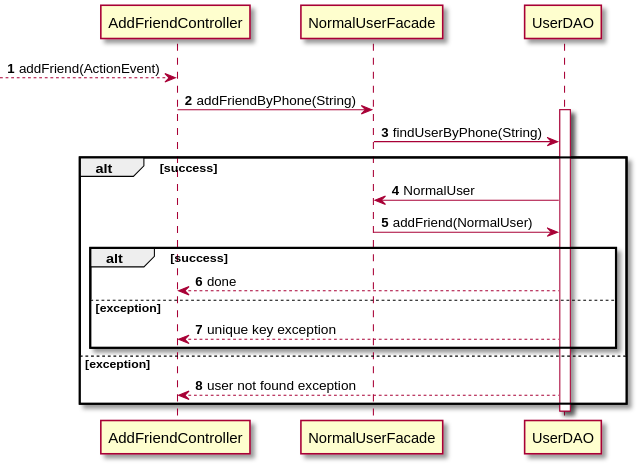
This is documentation/software_design/manage_friends/add_friend_sequence_diagram.svg from Julien-Wiegandt/SplitPay, a PlantUML export, as it was before one commit.
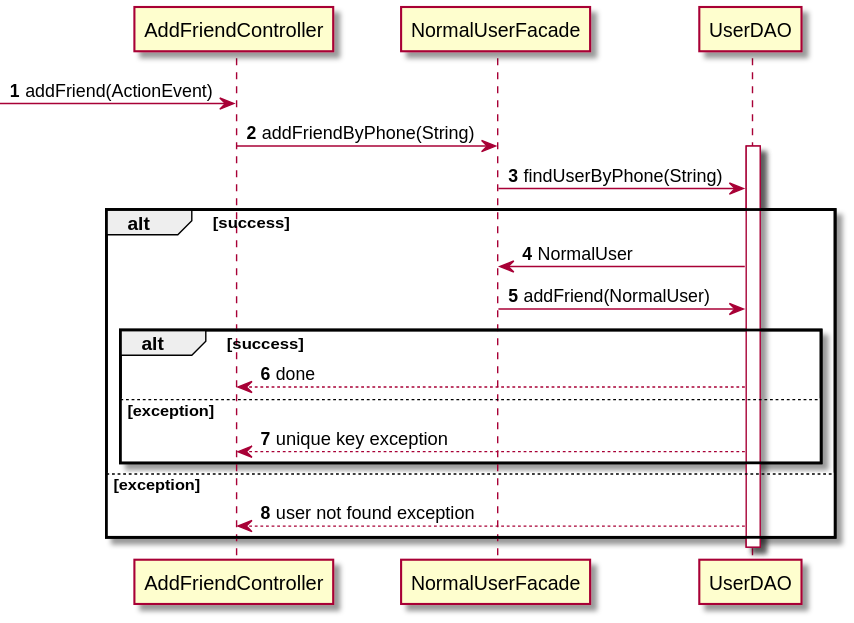
After the commit.

Diff of the diagram source:
```diff
@@ -1,7 +1,7 @@
 @startuml
 autonumber
 
---> AddFriendController : addFriend(ActionEvent)
+-> AddFriendController : addFriend(ActionEvent)
 AddFriendController -> NormalUserFacade : addFriendByPhone(String)
 activate UserDAO
 NormalUserFacade -> UserDAO : findUserByPhone(String)
```
